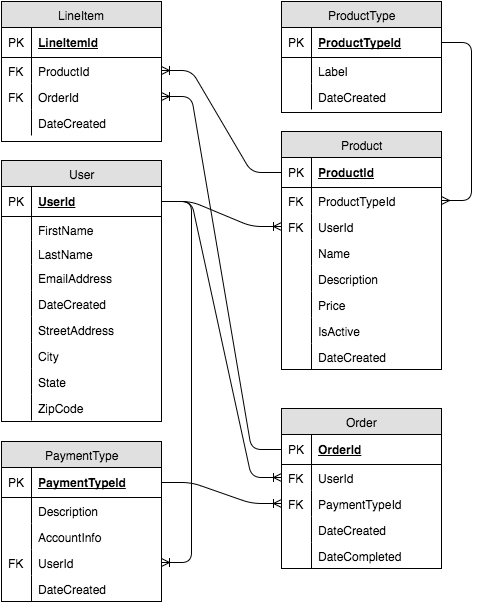
The draw.io diagram BangazonERD.png in TeamCharles/initial-api, before a commit. Source tidied: cells renumbered, new cells last; positions are measured from the earlier drawing's top-left corner, leaving out a move shared by most shapes.
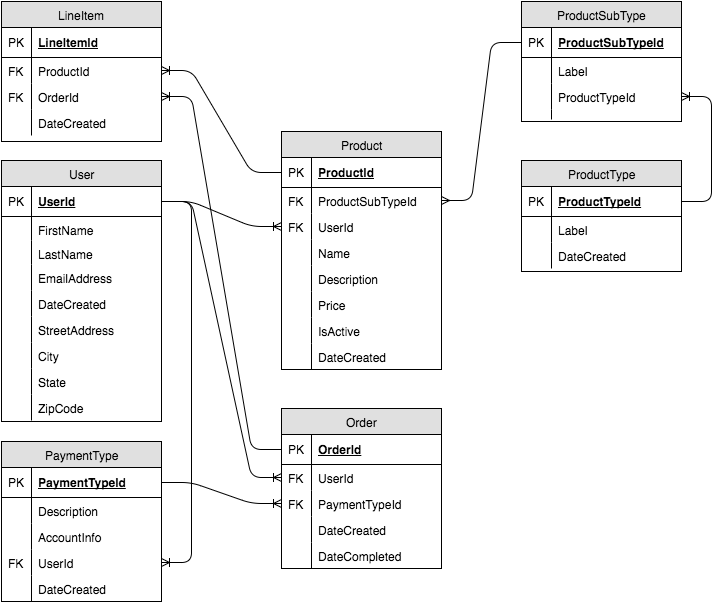
Above is the later version.

The edit, as a diff of the source:
```diff
@@ -11,7 +11,7 @@
     <mxCell id="4" value="PK" style="shape=partialRectangle;top=0;left=0;bottom=0;html=1;fillColor=none;align=left;verticalAlign=middle;spacingLeft=4;spacingRight=4;whiteSpace=wrap;overflow=hidden;" parent="3" vertex="1">
       <mxGeometry width="30" height="30" as="geometry" />
     </mxCell>
-    <mxCell id="5" value="ProductTypeId" style="shape=partialRectangle;top=0;left=0;right=0;bottom=0;html=1;align=left;verticalAlign=top;fillColor=none;spacingLeft=34;spacingRight=4;whiteSpace=wrap;overflow=hidden;points=[[0,0.5],[1,0.5]];portConstraint=eastwest;" parent="2" vertex="1">
+    <mxCell id="5" value="ProductSubTypeId" style="shape=partialRectangle;top=0;left=0;right=0;bottom=0;html=1;align=left;verticalAlign=top;fillColor=none;spacingLeft=34;spacingRight=4;whiteSpace=wrap;overflow=hidden;points=[[0,0.5],[1,0.5]];portConstraint=eastwest;" parent="2" vertex="1">
       <mxGeometry y="56" width="160" height="26" as="geometry" />
     </mxCell>
     <mxCell id="6" value="FK" style="shape=partialRectangle;top=0;left=0;bottom=0;html=1;fillColor=none;align=left;verticalAlign=top;spacingLeft=4;spacingRight=4;whiteSpace=wrap;overflow=hidden;" parent="5" vertex="1">
@@ -219,7 +219,7 @@
       <mxGeometry relative="1" as="geometry" />
     </mxCell>
     <mxCell id="74" value="ProductType" style="swimlane;html=1;fontStyle=0;horizontal=1;startSize=26;fillColor=#e0e0e0;swimlaneFillColor=#ffffff;align=center;" parent="1" vertex="1">
-      <mxGeometry x="280" width="160" height="111" as="geometry" />
+      <mxGeometry x="520" y="159" width="160" height="111" as="geometry" />
     </mxCell>
     <mxCell id="75" value="ProductTypeId" style="shape=partialRectangle;top=0;left=0;right=0;bottom=1;html=1;align=left;verticalAlign=middle;fillColor=none;spacingLeft=34;spacingRight=4;whiteSpace=wrap;overflow=hidden;points=[[0,0.5],[1,0.5]];portConstraint=eastwest;fontStyle=5;" parent="74" vertex="1">
       <mxGeometry y="26" width="160" height="30" as="geometry" />
@@ -239,11 +239,41 @@
     <mxCell id="80" style="shape=partialRectangle;top=0;left=0;bottom=0;html=1;fillColor=none;align=left;verticalAlign=top;spacingLeft=4;spacingRight=4;whiteSpace=wrap;overflow=hidden;" parent="79" vertex="1">
       <mxGeometry width="30" height="26" as="geometry" />
     </mxCell>
-    <mxCell id="81" style="edgeStyle=entityRelationEdgeStyle;html=1;endArrow=ERmany;" parent="1" edge="1" source="75" target="5">
+    <mxCell id="81" style="edgeStyle=entityRelationEdgeStyle;html=1;endArrow=ERmany;" parent="1" edge="1" source="84" target="5">
       <mxGeometry relative="1" as="geometry" />
     </mxCell>
     <mxCell id="82" style="edgeStyle=entityRelationEdgeStyle;html=1;endArrow=ERoneToMany;" parent="1" edge="1" source="20" target="7">
       <mxGeometry relative="1" as="geometry" />
     </mxCell>
+    <mxCell id="83" value="ProductSubType" style="swimlane;html=1;fontStyle=0;horizontal=1;startSize=26;fillColor=#e0e0e0;swimlaneFillColor=#ffffff;align=center;" parent="1" vertex="1">
+      <mxGeometry x="520" width="160" height="120" as="geometry" />
+    </mxCell>
+    <mxCell id="84" value="ProductSubTypeId" style="shape=partialRectangle;top=0;left=0;right=0;bottom=1;html=1;align=left;verticalAlign=middle;fillColor=none;spacingLeft=34;spacingRight=4;whiteSpace=wrap;overflow=hidden;points=[[0,0.5],[1,0.5]];portConstraint=eastwest;fontStyle=5;" parent="83" vertex="1">
+      <mxGeometry y="26" width="160" height="30" as="geometry" />
+    </mxCell>
+    <mxCell id="85" value="PK" style="shape=partialRectangle;top=0;left=0;bottom=0;html=1;fillColor=none;align=left;verticalAlign=middle;spacingLeft=4;spacingRight=4;whiteSpace=wrap;overflow=hidden;" parent="84" vertex="1">
+      <mxGeometry width="30" height="30" as="geometry" />
+    </mxCell>
+    <mxCell id="86" value="Label" style="shape=partialRectangle;top=0;left=0;right=0;bottom=0;html=1;align=left;verticalAlign=top;fillColor=none;spacingLeft=34;spacingRight=4;whiteSpace=wrap;overflow=hidden;" parent="83" vertex="1">
+      <mxGeometry y="56" width="160" height="26" as="geometry" />
+    </mxCell>
+    <mxCell id="87" style="shape=partialRectangle;top=0;left=0;bottom=0;html=1;fillColor=none;align=left;verticalAlign=top;spacingLeft=4;spacingRight=4;whiteSpace=wrap;overflow=hidden;" parent="86" vertex="1">
+      <mxGeometry width="30" height="26" as="geometry" />
+    </mxCell>
+    <mxCell id="88" value="ProductTypeId" style="shape=partialRectangle;top=0;left=0;right=0;bottom=0;html=1;align=left;verticalAlign=top;fillColor=none;spacingLeft=34;spacingRight=4;whiteSpace=wrap;overflow=hidden;points=[[0,0.5],[1,0.5]];portConstraint=eastwest;" parent="83" vertex="1">
+      <mxGeometry y="82" width="160" height="26" as="geometry" />
+    </mxCell>
+    <mxCell id="89" style="shape=partialRectangle;top=0;left=0;bottom=0;html=1;fillColor=none;align=left;verticalAlign=top;spacingLeft=4;spacingRight=4;whiteSpace=wrap;overflow=hidden;" parent="88" vertex="1">
+      <mxGeometry width="30" height="26" as="geometry" />
+    </mxCell>
+    <mxCell id="90" style="shape=partialRectangle;top=0;left=0;right=0;bottom=0;html=1;align=left;verticalAlign=top;fillColor=none;spacingLeft=34;spacingRight=4;whiteSpace=wrap;overflow=hidden;" parent="83" vertex="1">
+      <mxGeometry y="108" width="160" height="10" as="geometry" />
+    </mxCell>
+    <mxCell id="91" style="shape=partialRectangle;top=0;left=0;bottom=0;html=1;fillColor=none;align=left;verticalAlign=top;spacingLeft=4;spacingRight=4;whiteSpace=wrap;overflow=hidden;" parent="90" vertex="1">
+      <mxGeometry width="30" height="10" as="geometry" />
+    </mxCell>
+    <mxCell id="92" style="edgeStyle=entityRelationEdgeStyle;html=1;endArrow=ERoneToMany;" parent="1" edge="1" source="75" target="88">
+      <mxGeometry relative="1" as="geometry" />
+    </mxCell>
   </root>
 </mxGraphModel>
```
